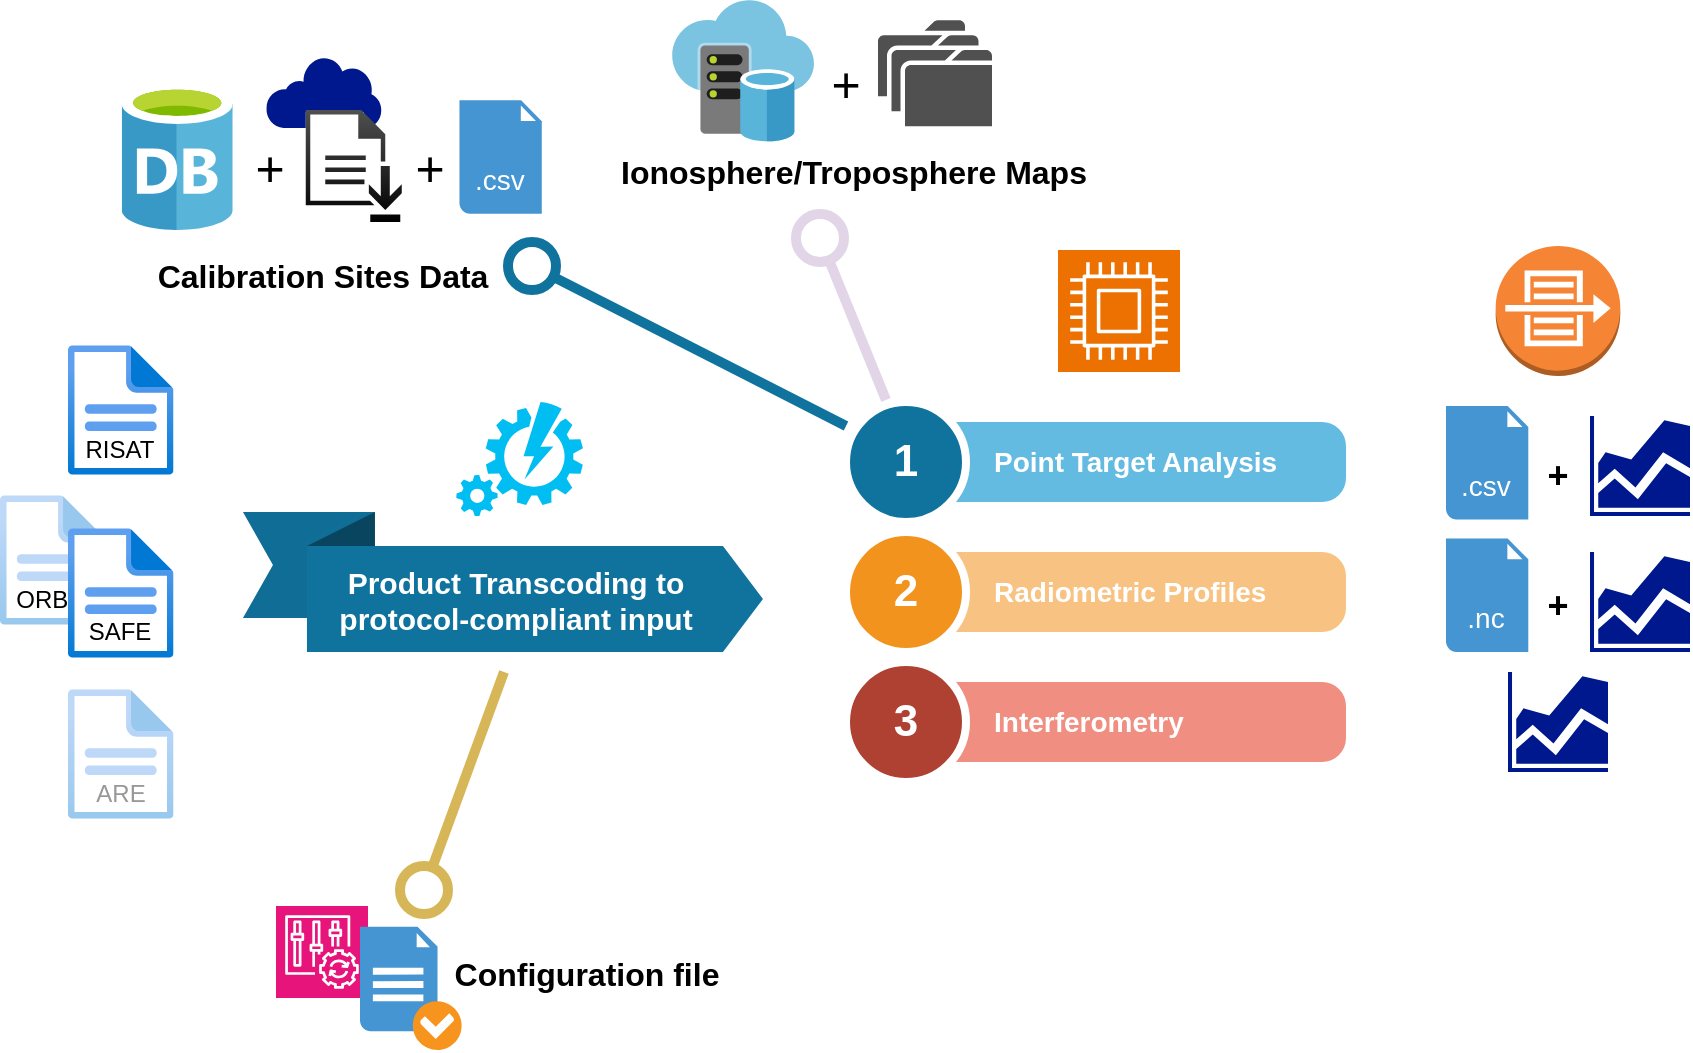
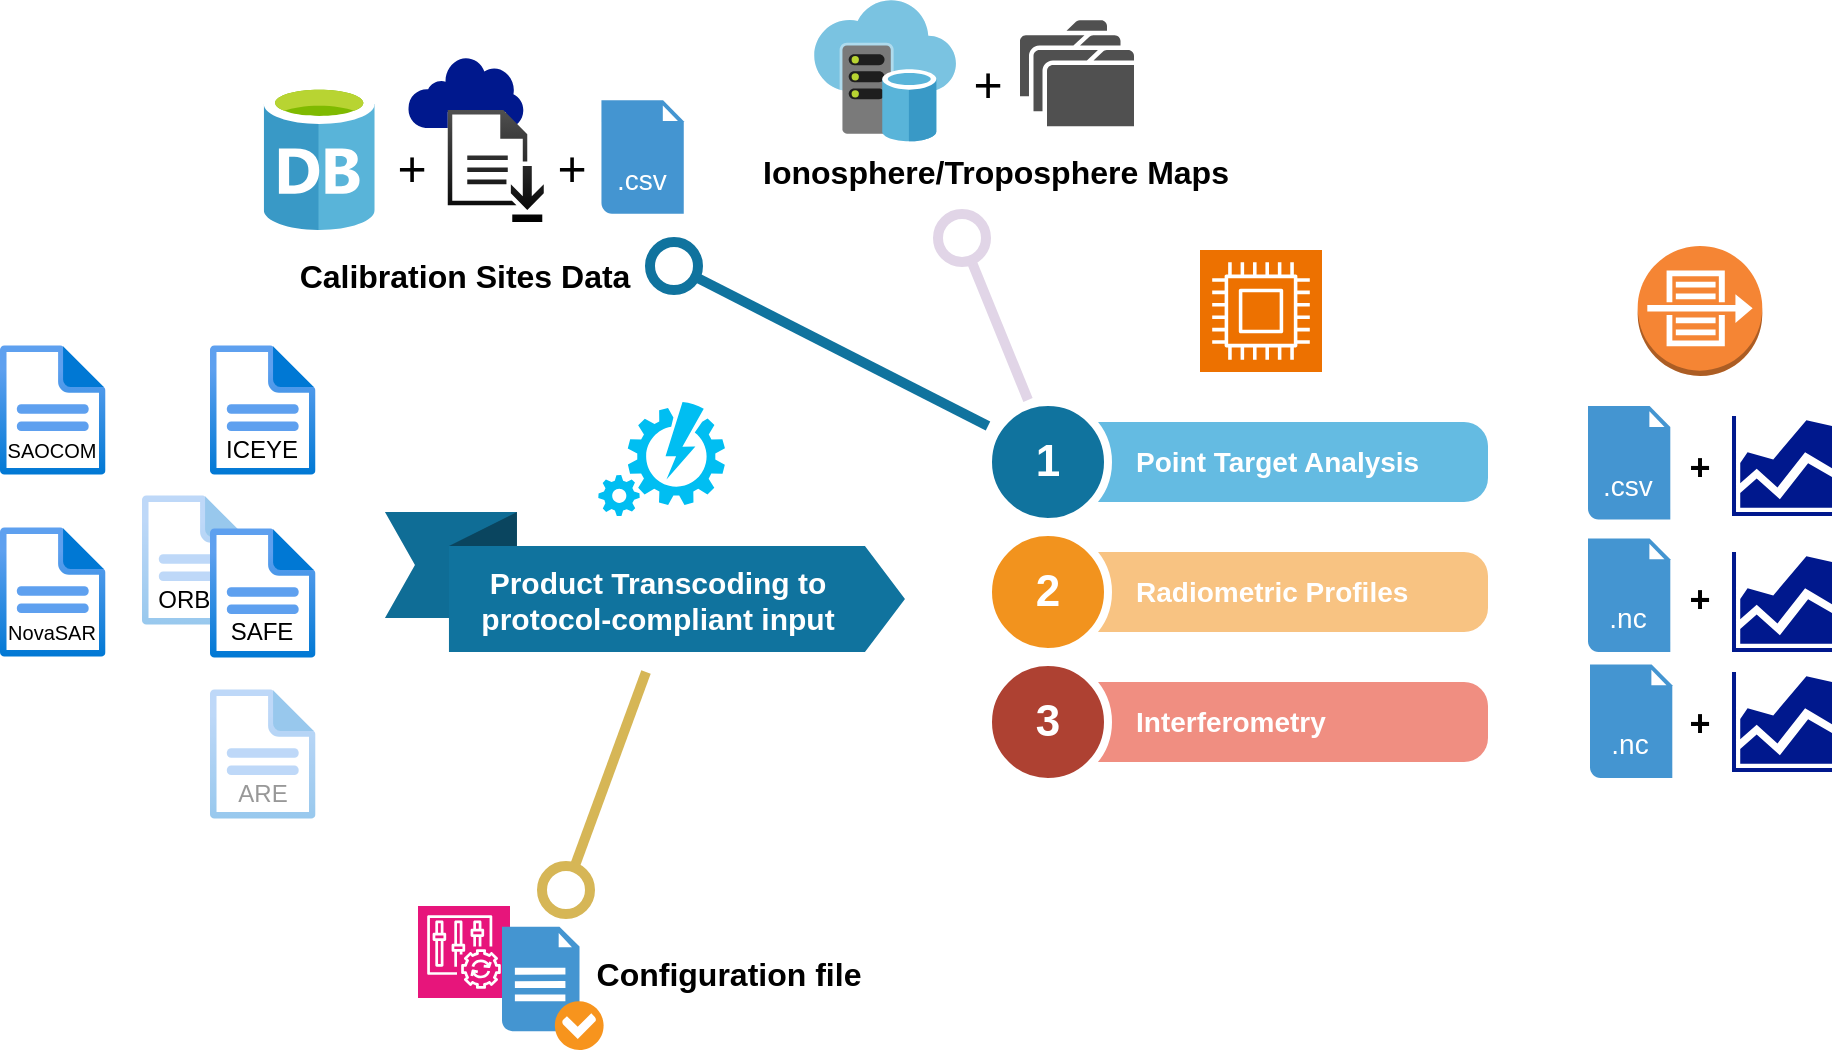
- <mxfile host="Electron" modified="2024-01-31T15:53:16.193Z" agent="Mozilla/5.0 (Windows NT 10.0; Win64; x64) AppleWebKit/537.36 (KHTML, like Gecko) draw.io/23.0.2 Chrome/120.0.6099.109 Electron/28.1.0 Safari/537.36" etag="4xe4xAYZnE6Knbeud8aB" version="23.0.2" type="device">
+ <mxfile host="Electron" modified="2024-03-14T13:29:20.267Z" agent="Mozilla/5.0 (Windows NT 10.0; Win64; x64) AppleWebKit/537.36 (KHTML, like Gecko) draw.io/23.1.5 Chrome/120.0.6099.109 Electron/28.1.0 Safari/537.36" etag="317rX-UjbJOaTruTRV03" version="23.1.5" type="device">
  <diagram name="Page-1" id="ZDFNkXZJ57S6LXuqswio">
    <mxGraphModel dx="1995" dy="-62" grid="0" gridSize="10" guides="1" tooltips="1" connect="1" arrows="1" fold="1" page="0" pageScale="1" pageWidth="850" pageHeight="1100" math="0" shadow="0">
      <root>
        <mxCell id="0" />
        <mxCell id="1" parent="0" />
        <mxCell id="lrgGDKjgPaKXFX16Ctiw-16" value="" style="image;aspect=fixed;html=1;points=[];align=center;fontSize=12;image=img/lib/azure2/general/File.svg;opacity=40;imageBackground=none;" parent="1" vertex="1">
          <mxGeometry x="-508" y="1107.5" width="52.76" height="65" as="geometry" />
        </mxCell>
        <mxCell id="JBdpaezJYpQm1WViJ7B1-8" value="" style="sketch=0;aspect=fixed;pointerEvents=1;shadow=0;dashed=0;html=1;strokeColor=none;labelPosition=center;verticalLabelPosition=bottom;verticalAlign=top;align=center;fillColor=#00188D;shape=mxgraph.mscae.enterprise.internet;fontSize=16;" parent="1" vertex="1">
          <mxGeometry x="-375.12" y="888" width="58.06" height="36" as="geometry" />
        </mxCell>
        <mxCell id="JBdpaezJYpQm1WViJ7B1-7" value="" style="rounded=0;whiteSpace=wrap;html=1;fontSize=16;strokeColor=none;" parent="1" vertex="1">
          <mxGeometry x="-355.12" y="916" width="29" height="44" as="geometry" />
        </mxCell>
        <mxCell id="lrgGDKjgPaKXFX16Ctiw-1" value="" style="image;aspect=fixed;html=1;points=[];align=center;fontSize=12;image=img/lib/azure2/general/File.svg;opacity=40;imageBackground=none;" parent="1" vertex="1">
          <mxGeometry x="-474" y="1204.5" width="52.76" height="65" as="geometry" />
        </mxCell>
        <mxCell id="lrgGDKjgPaKXFX16Ctiw-2" value="ORBIT" style="text;strokeColor=none;fillColor=default;html=1;align=center;verticalAlign=middle;whiteSpace=wrap;rounded=0;fontSize=12;labelBackgroundColor=none;" parent="1" vertex="1">
          <mxGeometry x="-501.12" y="1153.6" width="39" height="13.5" as="geometry" />
        </mxCell>
        <mxCell id="lrgGDKjgPaKXFX16Ctiw-3" value="Point Target Analysis" style="shape=rect;rounded=1;whiteSpace=wrap;html=1;shadow=0;strokeColor=none;fillColor=#64BBE2;arcSize=30;fontSize=14;spacingLeft=42;fontStyle=1;fontColor=#FFFFFF;align=left;" parent="1" vertex="1">
          <mxGeometry x="-54.998606305803435" y="1070.9985888671874" width="220" height="40" as="geometry" />
        </mxCell>
        <mxCell id="lrgGDKjgPaKXFX16Ctiw-4" value="1" style="shape=ellipse;perimeter=ellipsePerimeter;fontSize=22;fontStyle=1;shadow=0;strokeColor=#ffffff;fillColor=#10739E;strokeWidth=4;fontColor=#ffffff;align=center;whiteSpace=wrap;html=1;" parent="1" vertex="1">
          <mxGeometry x="-84.99860630580343" y="1060.9985888671874" width="60" height="60" as="geometry" />
        </mxCell>
        <mxCell id="lrgGDKjgPaKXFX16Ctiw-5" value="Radiometric Profiles" style="shape=rect;rounded=1;whiteSpace=wrap;html=1;shadow=0;strokeColor=none;fillColor=#F8C382;arcSize=30;fontSize=14;spacingLeft=42;fontStyle=1;fontColor=#FFFFFF;align=left;" parent="1" vertex="1">
          <mxGeometry x="-54.998606305803435" y="1135.9985888671874" width="220" height="40" as="geometry" />
        </mxCell>
        <mxCell id="lrgGDKjgPaKXFX16Ctiw-6" value="2" style="shape=ellipse;perimeter=ellipsePerimeter;fontSize=22;fontStyle=1;shadow=0;strokeColor=#ffffff;fillColor=#F2931E;strokeWidth=4;fontColor=#ffffff;align=center;whiteSpace=wrap;html=1;" parent="1" vertex="1">
          <mxGeometry x="-84.99860630580343" y="1125.9985888671874" width="60" height="60" as="geometry" />
        </mxCell>
        <mxCell id="lrgGDKjgPaKXFX16Ctiw-7" value="Interferometry" style="shape=rect;rounded=1;whiteSpace=wrap;html=1;shadow=0;strokeColor=none;fillColor=#F08E81;arcSize=30;fontSize=14;spacingLeft=42;fontStyle=1;fontColor=#FFFFFF;align=left;" parent="1" vertex="1">
          <mxGeometry x="-54.998606305803435" y="1200.9985888671874" width="220" height="40" as="geometry" />
        </mxCell>
        <mxCell id="lrgGDKjgPaKXFX16Ctiw-8" value="3" style="shape=ellipse;perimeter=ellipsePerimeter;fontSize=22;fontStyle=1;shadow=0;strokeColor=#ffffff;fillColor=#AE4132;strokeWidth=4;fontColor=#ffffff;align=center;whiteSpace=wrap;html=1;" parent="1" vertex="1">
          <mxGeometry x="-84.99860630580343" y="1190.9985888671874" width="60" height="60" as="geometry" />
        </mxCell>
        <mxCell id="lrgGDKjgPaKXFX16Ctiw-13" value="" style="html=1;shape=mxgraph.infographic.bannerSingleFold;dx=32;dx2=20;dy=17;notch=15;fillColor=#10739E;strokeColor=none;align=left;verticalAlign=middle;fontColor=#ffffff;fontSize=14;fontStyle=1;spacingBottom=15;spacingLeft=25;flipH=1;flipV=1;" parent="1" vertex="1">
          <mxGeometry x="-386.5186063058034" y="1115.9985888671874" width="260" height="70" as="geometry" />
        </mxCell>
        <mxCell id="lrgGDKjgPaKXFX16Ctiw-14" value="Product Transcoding to protocol-compliant input" style="text;strokeColor=none;fillColor=none;html=1;align=center;verticalAlign=middle;whiteSpace=wrap;rounded=0;fontSize=15;fontColor=#FFFFFF;fontStyle=1" parent="1" vertex="1">
          <mxGeometry x="-358.5186063058034" y="1144.9985888671874" width="218" height="30" as="geometry" />
        </mxCell>
        <mxCell id="lrgGDKjgPaKXFX16Ctiw-15" value="" style="image;aspect=fixed;html=1;points=[];align=center;fontSize=12;image=img/lib/azure2/general/File.svg;" parent="1" vertex="1">
          <mxGeometry x="-474" y="1124" width="52.76" height="65" as="geometry" />
        </mxCell>
        <mxCell id="lrgGDKjgPaKXFX16Ctiw-17" value="SAFE" style="text;strokeColor=none;fillColor=default;html=1;align=center;verticalAlign=middle;whiteSpace=wrap;rounded=0;fontSize=12;labelBackgroundColor=none;" parent="1" vertex="1">
          <mxGeometry x="-466.65999999999997" y="1169.7" width="38.07" height="13" as="geometry" />
        </mxCell>
        <mxCell id="lrgGDKjgPaKXFX16Ctiw-18" value="ARE" style="text;strokeColor=none;fillColor=default;html=1;align=center;verticalAlign=middle;whiteSpace=wrap;rounded=0;fontSize=12;labelBackgroundColor=none;textOpacity=40;" parent="1" vertex="1">
          <mxGeometry x="-469.24" y="1249.5" width="43.24" height="15" as="geometry" />
        </mxCell>
        <mxCell id="lrgGDKjgPaKXFX16Ctiw-19" value="" style="image;sketch=0;aspect=fixed;html=1;points=[];align=center;fontSize=12;image=img/lib/mscae/Database_General.svg;" parent="1" vertex="1">
          <mxGeometry x="-447.11860630580344" y="901.9985888671874" width="55.48" height="73" as="geometry" />
        </mxCell>
        <mxCell id="lrgGDKjgPaKXFX16Ctiw-20" value="" style="endArrow=oval;html=1;fontSize=16;fontColor=#10739E;endFill=0;endSize=24;strokeWidth=5;labelBackgroundColor=none;verticalAlign=top;fontStyle=1;strokeColor=#10739E;rounded=0;curved=1;align=left;" parent="1" edge="1">
          <mxGeometry x="1" y="114" relative="1" as="geometry">
            <mxPoint x="-85" y="1073" as="sourcePoint" />
            <mxPoint x="-242" y="993" as="targetPoint" />
            <mxPoint x="-65" y="-114" as="offset" />
          </mxGeometry>
        </mxCell>
        <mxCell id="lrgGDKjgPaKXFX16Ctiw-21" value="" style="verticalLabelPosition=bottom;html=1;verticalAlign=top;align=center;strokeColor=none;fillColor=#00BEF2;shape=mxgraph.azure.automation;pointerEvents=1;fontSize=16;" parent="1" vertex="1">
          <mxGeometry x="-279.84860630580334" y="1060.9985888671874" width="63.33" height="57" as="geometry" />
        </mxCell>
        <mxCell id="lrgGDKjgPaKXFX16Ctiw-22" value="" style="outlineConnect=0;dashed=0;verticalLabelPosition=bottom;verticalAlign=top;align=center;html=1;shape=mxgraph.aws3.flow_logs;fillColor=#F58534;gradientColor=none;fontSize=16;" parent="1" vertex="1">
          <mxGeometry x="239.8513936941966" y="982.9985888671874" width="62.29" height="65" as="geometry" />
        </mxCell>
        <mxCell id="lrgGDKjgPaKXFX16Ctiw-23" value="" style="sketch=0;points=[[0,0,0],[0.25,0,0],[0.5,0,0],[0.75,0,0],[1,0,0],[0,1,0],[0.25,1,0],[0.5,1,0],[0.75,1,0],[1,1,0],[0,0.25,0],[0,0.5,0],[0,0.75,0],[1,0.25,0],[1,0.5,0],[1,0.75,0]];outlineConnect=0;fontColor=#232F3E;fillColor=#ED7100;strokeColor=#ffffff;dashed=0;verticalLabelPosition=bottom;verticalAlign=top;align=center;html=1;fontSize=12;fontStyle=0;aspect=fixed;shape=mxgraph.aws4.resourceIcon;resIcon=mxgraph.aws4.compute;" parent="1" vertex="1">
          <mxGeometry x="21.001393694196565" y="984.9985888671874" width="61" height="61" as="geometry" />
        </mxCell>
        <mxCell id="lrgGDKjgPaKXFX16Ctiw-24" value="" style="shadow=0;dashed=0;html=1;strokeColor=none;fillColor=#4495D1;labelPosition=center;verticalLabelPosition=bottom;verticalAlign=top;align=center;outlineConnect=0;shape=mxgraph.veeam.2d.file;fontSize=16;" parent="1" vertex="1">
          <mxGeometry x="215.00139369419657" y="1062.9985888671874" width="41.15" height="56.8" as="geometry" />
        </mxCell>
        <mxCell id="lrgGDKjgPaKXFX16Ctiw-25" value=".csv" style="text;strokeColor=none;fillColor=none;html=1;align=center;verticalAlign=middle;whiteSpace=wrap;rounded=0;fontSize=14;fontColor=#FFFFFF;" parent="1" vertex="1">
          <mxGeometry x="215.00139369419657" y="1092.9985888671874" width="40" height="20" as="geometry" />
        </mxCell>
        <mxCell id="lrgGDKjgPaKXFX16Ctiw-27" value="?" style="text;strokeColor=none;fillColor=none;html=1;align=center;verticalAlign=middle;whiteSpace=wrap;rounded=0;fontSize=14;fontColor=#FFFFFF;" parent="1" vertex="1">
          <mxGeometry x="215.00139369419657" y="1157.0985888671873" width="40" height="20" as="geometry" />
        </mxCell>
        <mxCell id="lrgGDKjgPaKXFX16Ctiw-28" value="" style="sketch=0;aspect=fixed;pointerEvents=1;shadow=0;dashed=0;html=1;strokeColor=none;labelPosition=center;verticalLabelPosition=bottom;verticalAlign=top;align=center;fillColor=#00188D;shape=mxgraph.mscae.general.graph;fontSize=16;" parent="1" vertex="1">
          <mxGeometry x="287.00139369419657" y="1067.9985888671874" width="50" height="50" as="geometry" />
        </mxCell>
        <mxCell id="lrgGDKjgPaKXFX16Ctiw-29" value="&lt;b&gt;&lt;font style=&quot;font-size: 18px;&quot;&gt;+&lt;/font&gt;&lt;/b&gt;" style="text;strokeColor=none;fillColor=none;html=1;align=center;verticalAlign=middle;whiteSpace=wrap;rounded=0;fontSize=16;" parent="1" vertex="1">
-           <mxGeometry x="241.00139369419657" y="1082.9985888671874" width="60" height="30" as="geometry" />
+           <mxGeometry x="241.00139369419657" y="1078.9985888671874" width="60" height="30" as="geometry" />
        </mxCell>
        <mxCell id="lrgGDKjgPaKXFX16Ctiw-32" value="" style="shadow=0;dashed=0;html=1;strokeColor=none;fillColor=#4495D1;labelPosition=center;verticalLabelPosition=bottom;verticalAlign=top;align=center;outlineConnect=0;shape=mxgraph.veeam.2d.file;fontSize=16;" parent="1" vertex="1">
          <mxGeometry x="215.00139369419657" y="1129.1985888671873" width="41.15" height="56.8" as="geometry" />
        </mxCell>
        <mxCell id="lrgGDKjgPaKXFX16Ctiw-33" value=".nc" style="text;strokeColor=none;fillColor=none;html=1;align=center;verticalAlign=middle;whiteSpace=wrap;rounded=0;fontSize=14;fontColor=#FFFFFF;" parent="1" vertex="1">
          <mxGeometry x="215.00139369419657" y="1159.1985888671873" width="40" height="20" as="geometry" />
        </mxCell>
        <mxCell id="lrgGDKjgPaKXFX16Ctiw-34" value="" style="sketch=0;aspect=fixed;pointerEvents=1;shadow=0;dashed=0;html=1;strokeColor=none;labelPosition=center;verticalLabelPosition=bottom;verticalAlign=top;align=center;fillColor=#00188D;shape=mxgraph.mscae.general.graph;fontSize=16;" parent="1" vertex="1">
          <mxGeometry x="287.00139369419657" y="1135.9985888671874" width="50" height="50" as="geometry" />
        </mxCell>
        <mxCell id="lrgGDKjgPaKXFX16Ctiw-35" value="&lt;b&gt;&lt;font style=&quot;font-size: 18px;&quot;&gt;+&lt;/font&gt;&lt;/b&gt;" style="text;strokeColor=none;fillColor=none;html=1;align=center;verticalAlign=middle;whiteSpace=wrap;rounded=0;fontSize=16;" parent="1" vertex="1">
-           <mxGeometry x="241.00139369419657" y="1147.5985888671873" width="60" height="30" as="geometry" />
+           <mxGeometry x="241.00139369419657" y="1144.5985888671873" width="60" height="30" as="geometry" />
        </mxCell>
        <mxCell id="JBdpaezJYpQm1WViJ7B1-1" value="&lt;font style=&quot;font-size: 25px;&quot;&gt;+&lt;/font&gt;" style="text;strokeColor=none;fillColor=none;html=1;align=center;verticalAlign=middle;whiteSpace=wrap;rounded=0;fontSize=16;" parent="1" vertex="1">
          <mxGeometry x="-403.12" y="928" width="60" height="30" as="geometry" />
        </mxCell>
        <mxCell id="JBdpaezJYpQm1WViJ7B1-2" value="" style="sketch=0;pointerEvents=1;shadow=0;dashed=0;html=1;strokeColor=none;fillColor=#505050;labelPosition=center;verticalLabelPosition=bottom;verticalAlign=top;outlineConnect=0;align=center;shape=mxgraph.office.concepts.download;fontSize=16;fillStyle=solid;gradientColor=default;" parent="1" vertex="1">
          <mxGeometry x="-355.12" y="915" width="48" height="56" as="geometry" />
        </mxCell>
        <mxCell id="JBdpaezJYpQm1WViJ7B1-3" value="&lt;font style=&quot;font-size: 25px;&quot;&gt;+&lt;/font&gt;" style="text;strokeColor=none;fillColor=none;html=1;align=center;verticalAlign=middle;whiteSpace=wrap;rounded=0;fontSize=16;" parent="1" vertex="1">
          <mxGeometry x="-323.12" y="928" width="60" height="30" as="geometry" />
        </mxCell>
        <mxCell id="JBdpaezJYpQm1WViJ7B1-4" value="" style="shadow=0;dashed=0;html=1;strokeColor=none;fillColor=#4495D1;labelPosition=center;verticalLabelPosition=bottom;verticalAlign=top;align=center;outlineConnect=0;shape=mxgraph.veeam.2d.file;fontSize=16;" parent="1" vertex="1">
          <mxGeometry x="-278.2686063058034" y="910.0985888671875" width="41.15" height="56.8" as="geometry" />
        </mxCell>
        <mxCell id="JBdpaezJYpQm1WViJ7B1-5" value=".csv" style="text;strokeColor=none;fillColor=none;html=1;align=center;verticalAlign=middle;whiteSpace=wrap;rounded=0;fontSize=14;fontColor=#FFFFFF;" parent="1" vertex="1">
          <mxGeometry x="-278.2686063058034" y="940.0985888671875" width="40" height="20" as="geometry" />
        </mxCell>
        <mxCell id="JBdpaezJYpQm1WViJ7B1-9" value="Calibration Sites Data" style="text;strokeColor=none;fillColor=none;html=1;align=center;verticalAlign=middle;whiteSpace=wrap;rounded=0;fontSize=16;fontStyle=1" parent="1" vertex="1">
          <mxGeometry x="-443.5" y="983" width="193" height="30" as="geometry" />
        </mxCell>
        <mxCell id="JBdpaezJYpQm1WViJ7B1-10" value="" style="image;sketch=0;aspect=fixed;html=1;points=[];align=center;fontSize=12;image=img/lib/mscae/Virtual_Datacenter.svg;" parent="1" vertex="1">
          <mxGeometry x="-172" y="860" width="71.1" height="71.1" as="geometry" />
        </mxCell>
        <mxCell id="JBdpaezJYpQm1WViJ7B1-11" value="" style="endArrow=oval;html=1;fontSize=16;fontColor=#10739E;endFill=0;endSize=24;strokeWidth=5;labelBackgroundColor=none;verticalAlign=top;fontStyle=1;strokeColor=#E1D5E7;rounded=0;curved=1;align=left;" parent="1" edge="1">
          <mxGeometry x="1" y="114" relative="1" as="geometry">
            <mxPoint x="-65" y="1060" as="sourcePoint" />
            <mxPoint x="-98" y="979" as="targetPoint" />
            <mxPoint x="-65" y="-114" as="offset" />
          </mxGeometry>
        </mxCell>
        <mxCell id="JBdpaezJYpQm1WViJ7B1-12" value="Ionosphere/Troposphere Maps" style="text;strokeColor=none;fillColor=none;html=1;align=center;verticalAlign=middle;whiteSpace=wrap;rounded=0;fontSize=16;fontStyle=1" parent="1" vertex="1">
          <mxGeometry x="-208" y="931.1" width="254" height="30" as="geometry" />
        </mxCell>
        <mxCell id="JBdpaezJYpQm1WViJ7B1-13" value="" style="sketch=0;pointerEvents=1;shadow=0;dashed=0;html=1;strokeColor=none;fillColor=#505050;labelPosition=center;verticalLabelPosition=bottom;verticalAlign=top;outlineConnect=0;align=center;shape=mxgraph.office.concepts.folders;fontSize=16;" parent="1" vertex="1">
          <mxGeometry x="-69" y="870.1" width="57" height="53" as="geometry" />
        </mxCell>
        <mxCell id="JBdpaezJYpQm1WViJ7B1-14" value="&lt;font style=&quot;font-size: 25px;&quot;&gt;+&lt;/font&gt;" style="text;strokeColor=none;fillColor=none;html=1;align=center;verticalAlign=middle;whiteSpace=wrap;rounded=0;fontSize=16;" parent="1" vertex="1">
          <mxGeometry x="-115" y="886.1" width="60" height="30" as="geometry" />
        </mxCell>
        <mxCell id="x6sExIXuglgwTAsedL43-1" value="" style="sketch=0;points=[[0,0,0],[0.25,0,0],[0.5,0,0],[0.75,0,0],[1,0,0],[0,1,0],[0.25,1,0],[0.5,1,0],[0.75,1,0],[1,1,0],[0,0.25,0],[0,0.5,0],[0,0.75,0],[1,0.25,0],[1,0.5,0],[1,0.75,0]];points=[[0,0,0],[0.25,0,0],[0.5,0,0],[0.75,0,0],[1,0,0],[0,1,0],[0.25,1,0],[0.5,1,0],[0.75,1,0],[1,1,0],[0,0.25,0],[0,0.5,0],[0,0.75,0],[1,0.25,0],[1,0.5,0],[1,0.75,0]];outlineConnect=0;fontColor=#232F3E;fillColor=#E7157B;strokeColor=#ffffff;dashed=0;verticalLabelPosition=bottom;verticalAlign=top;align=center;html=1;fontSize=12;fontStyle=0;aspect=fixed;shape=mxgraph.aws4.resourceIcon;resIcon=mxgraph.aws4.config;" parent="1" vertex="1">
          <mxGeometry x="-370" y="1313" width="46" height="46" as="geometry" />
        </mxCell>
        <mxCell id="x6sExIXuglgwTAsedL43-3" value="" style="shadow=0;dashed=0;html=1;strokeColor=none;fillColor=#4495D1;labelPosition=center;verticalLabelPosition=bottom;verticalAlign=top;align=center;outlineConnect=0;shape=mxgraph.veeam.checked_doc;fontSize=16;" parent="1" vertex="1">
          <mxGeometry x="-328" y="1323.4" width="50.8" height="61.6" as="geometry" />
        </mxCell>
        <mxCell id="x6sExIXuglgwTAsedL43-4" value="" style="endArrow=oval;html=1;fontSize=16;fontColor=#10739E;endFill=0;endSize=24;strokeWidth=5;labelBackgroundColor=none;verticalAlign=top;fontStyle=1;strokeColor=#d6b656;rounded=0;curved=1;align=left;fillColor=#fff2cc;" parent="1" edge="1">
          <mxGeometry x="1" y="114" relative="1" as="geometry">
            <mxPoint x="-256" y="1196" as="sourcePoint" />
            <mxPoint x="-296" y="1305" as="targetPoint" />
            <mxPoint x="-65" y="-114" as="offset" />
          </mxGeometry>
        </mxCell>
        <mxCell id="x6sExIXuglgwTAsedL43-5" value="Configuration file" style="text;strokeColor=none;fillColor=none;html=1;align=center;verticalAlign=middle;whiteSpace=wrap;rounded=0;fontSize=16;fontStyle=1" parent="1" vertex="1">
          <mxGeometry x="-311.2" y="1332" width="193" height="30" as="geometry" />
        </mxCell>
-         <mxCell id="TILLbK_K5Ea1nHA4Bt1_-1" value="" style="sketch=0;aspect=fixed;pointerEvents=1;shadow=0;dashed=0;html=1;strokeColor=none;labelPosition=center;verticalLabelPosition=bottom;verticalAlign=top;align=center;fillColor=#00188D;shape=mxgraph.mscae.general.graph;fontSize=16;" vertex="1" parent="1">
-           <mxGeometry x="246.00139369419657" y="1195.9985888671874" width="50" height="50" as="geometry" />
+         <mxCell id="TILLbK_K5Ea1nHA4Bt1_-1" value="" style="sketch=0;aspect=fixed;pointerEvents=1;shadow=0;dashed=0;html=1;strokeColor=none;labelPosition=center;verticalLabelPosition=bottom;verticalAlign=top;align=center;fillColor=#00188D;shape=mxgraph.mscae.general.graph;fontSize=16;" parent="1" vertex="1">
+           <mxGeometry x="287.00139369419657" y="1195.9985888671874" width="50" height="50" as="geometry" />
        </mxCell>
-         <mxCell id="TILLbK_K5Ea1nHA4Bt1_-4" value="" style="image;aspect=fixed;html=1;points=[];align=center;fontSize=12;image=img/lib/azure2/general/File.svg;" vertex="1" parent="1">
+         <mxCell id="TILLbK_K5Ea1nHA4Bt1_-4" value="" style="image;aspect=fixed;html=1;points=[];align=center;fontSize=12;image=img/lib/azure2/general/File.svg;" parent="1" vertex="1">
          <mxGeometry x="-474.01" y="1032.5" width="52.76" height="65" as="geometry" />
        </mxCell>
-         <mxCell id="TILLbK_K5Ea1nHA4Bt1_-5" value="RISAT" style="text;strokeColor=none;fillColor=default;html=1;align=center;verticalAlign=middle;whiteSpace=wrap;rounded=0;fontSize=12;labelBackgroundColor=none;" vertex="1" parent="1">
+         <mxCell id="TILLbK_K5Ea1nHA4Bt1_-5" value="ICEYE" style="text;strokeColor=none;fillColor=default;html=1;align=center;verticalAlign=middle;whiteSpace=wrap;rounded=0;fontSize=12;labelBackgroundColor=none;" parent="1" vertex="1">
          <mxGeometry x="-466.66999999999996" y="1078.2" width="38.07" height="13" as="geometry" />
+         </mxCell>
+         <mxCell id="jHnsoprPo8EkRvtTnTFM-1" value="?" style="text;strokeColor=none;fillColor=none;html=1;align=center;verticalAlign=middle;whiteSpace=wrap;rounded=0;fontSize=14;fontColor=#FFFFFF;" vertex="1" parent="1">
+           <mxGeometry x="216.00139369419657" y="1220.0985888671873" width="40" height="20" as="geometry" />
+         </mxCell>
+         <mxCell id="jHnsoprPo8EkRvtTnTFM-2" value="" style="shadow=0;dashed=0;html=1;strokeColor=none;fillColor=#4495D1;labelPosition=center;verticalLabelPosition=bottom;verticalAlign=top;align=center;outlineConnect=0;shape=mxgraph.veeam.2d.file;fontSize=16;" vertex="1" parent="1">
+           <mxGeometry x="216.00139369419657" y="1192.1985888671873" width="41.15" height="56.8" as="geometry" />
+         </mxCell>
+         <mxCell id="jHnsoprPo8EkRvtTnTFM-3" value=".nc" style="text;strokeColor=none;fillColor=none;html=1;align=center;verticalAlign=middle;whiteSpace=wrap;rounded=0;fontSize=14;fontColor=#FFFFFF;" vertex="1" parent="1">
+           <mxGeometry x="216.00139369419657" y="1222.1985888671873" width="40" height="20" as="geometry" />
+         </mxCell>
+         <mxCell id="jHnsoprPo8EkRvtTnTFM-4" value="&lt;b&gt;&lt;font style=&quot;font-size: 18px;&quot;&gt;+&lt;/font&gt;&lt;/b&gt;" style="text;strokeColor=none;fillColor=none;html=1;align=center;verticalAlign=middle;whiteSpace=wrap;rounded=0;fontSize=16;" vertex="1" parent="1">
+           <mxGeometry x="241.00139369419657" y="1206.9985888671874" width="60" height="30" as="geometry" />
+         </mxCell>
+         <mxCell id="jHnsoprPo8EkRvtTnTFM-5" value="" style="image;aspect=fixed;html=1;points=[];align=center;fontSize=12;image=img/lib/azure2/general/File.svg;" vertex="1" parent="1">
+           <mxGeometry x="-579" y="1032.5" width="52.76" height="65" as="geometry" />
+         </mxCell>
+         <mxCell id="jHnsoprPo8EkRvtTnTFM-6" value="SAOCOM" style="text;strokeColor=none;fillColor=default;html=1;align=center;verticalAlign=middle;whiteSpace=wrap;rounded=0;fontSize=10;labelBackgroundColor=none;" vertex="1" parent="1">
+           <mxGeometry x="-571.66" y="1078.2" width="38.07" height="13" as="geometry" />
+         </mxCell>
+         <mxCell id="jHnsoprPo8EkRvtTnTFM-7" value="" style="image;aspect=fixed;html=1;points=[];align=center;fontSize=12;image=img/lib/azure2/general/File.svg;" vertex="1" parent="1">
+           <mxGeometry x="-579" y="1123.5" width="52.76" height="65" as="geometry" />
+         </mxCell>
+         <mxCell id="jHnsoprPo8EkRvtTnTFM-8" value="NovaSAR" style="text;strokeColor=none;fillColor=default;html=1;align=center;verticalAlign=middle;whiteSpace=wrap;rounded=0;fontSize=10;labelBackgroundColor=none;" vertex="1" parent="1">
+           <mxGeometry x="-571.66" y="1169.2" width="38.07" height="13" as="geometry" />
        </mxCell>
      </root>
    </mxGraphModel>
  </diagram>
</mxfile>
